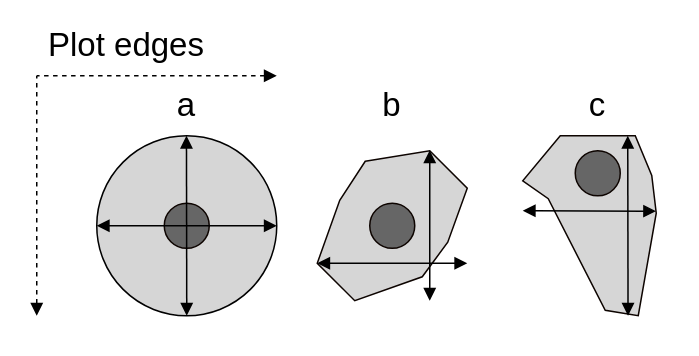
This is drawio/crown.drawio from johngodlee/miombo_tls, a draw.io file, before an edit. Source tidied: cells renumbered, new cells numbered last; positions are measured from the earlier drawing's top-left corner, leaving out a move shared by most shapes. Both pictures are drawn from the tidied source at 150%, with x=0, y=0 at pixel (36, 30).
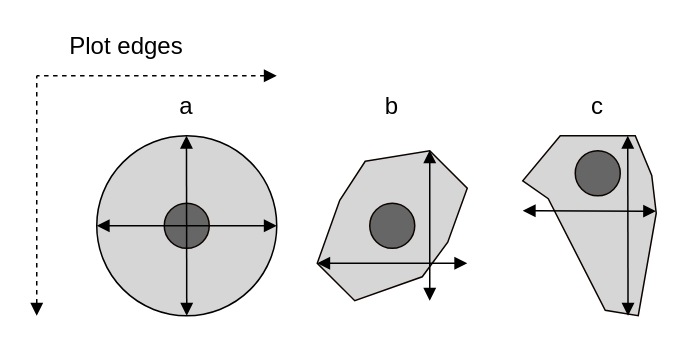
The same page after the edit.

Change to the diagram source:
```diff
@@
-    <mxCell id="14" value="&lt;font style=&quot;font-size: 22px&quot;&gt;a&lt;/font&gt;" style="text;html=1;strokeColor=none;fillColor=none;align=center;verticalAlign=middle;whiteSpace=wrap;rounded=0;" parent="1" vertex="1">
+    <mxCell id="14" value="&lt;font style=&quot;font-size: 16px;&quot;&gt;a&lt;/font&gt;" style="text;html=1;strokeColor=none;fillColor=none;align=center;verticalAlign=middle;whiteSpace=wrap;rounded=0;fontSize=16;" parent="1" vertex="1">
       <mxGeometry x="80" y="40" width="40" height="20" as="geometry" />
     </mxCell>
-    <mxCell id="15" value="&lt;font style=&quot;font-size: 22px&quot;&gt;b&lt;/font&gt;" style="text;html=1;strokeColor=none;fillColor=none;align=center;verticalAlign=middle;whiteSpace=wrap;rounded=0;" parent="1" vertex="1">
+    <mxCell id="15" value="&lt;font style=&quot;font-size: 16px;&quot;&gt;b&lt;/font&gt;" style="text;html=1;strokeColor=none;fillColor=none;align=center;verticalAlign=middle;whiteSpace=wrap;rounded=0;fontSize=16;" parent="1" vertex="1">
       <mxGeometry x="217" y="40" width="40" height="20" as="geometry" />
     </mxCell>
-    <mxCell id="16" value="&lt;font style=&quot;font-size: 22px&quot;&gt;c&lt;/font&gt;" style="text;html=1;strokeColor=none;fillColor=none;align=center;verticalAlign=middle;whiteSpace=wrap;rounded=0;" parent="1" vertex="1">
+    <mxCell id="16" value="&lt;font style=&quot;font-size: 16px;&quot;&gt;c&lt;/font&gt;" style="text;html=1;strokeColor=none;fillColor=none;align=center;verticalAlign=middle;whiteSpace=wrap;rounded=0;fontSize=16;" parent="1" vertex="1">
       <mxGeometry x="354" y="40" width="40" height="20" as="geometry" />
     </mxCell>
-    <mxCell id="17" value="&lt;font style=&quot;font-size: 22px&quot;&gt;Plot edges&lt;/font&gt;" style="text;html=1;strokeColor=none;fillColor=none;align=center;verticalAlign=middle;whiteSpace=wrap;rounded=0;" parent="1" vertex="1">
+    <mxCell id="17" value="&lt;font style=&quot;font-size: 16px;&quot;&gt;Plot edges&lt;/font&gt;" style="text;html=1;strokeColor=none;fillColor=none;align=center;verticalAlign=middle;whiteSpace=wrap;rounded=0;fontSize=16;" parent="1" vertex="1">
       <mxGeometry width="120" height="20" as="geometry" />
     </mxCell>
```
